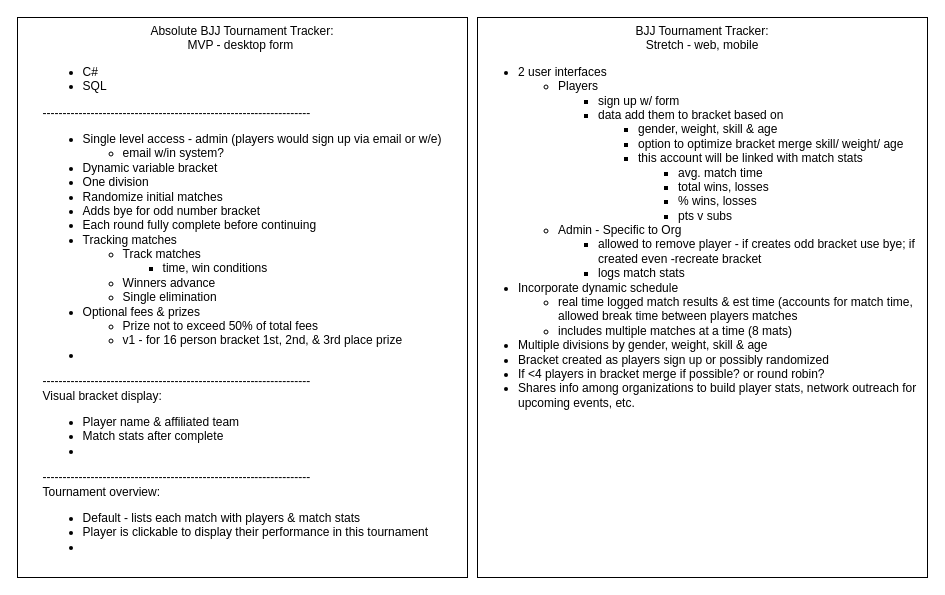
This is tournament-whiteboard.drawio from jessi-b/TournamentTracker.Solution, a draw.io file, before an edit. Source tidied: cells renumbered, new cells numbered last; positions are measured from the earlier drawing's top-left corner, leaving out a move shared by most shapes. Both pictures are drawn from the tidied source at 100%, with x=0, y=0 at pixel (17, 17).
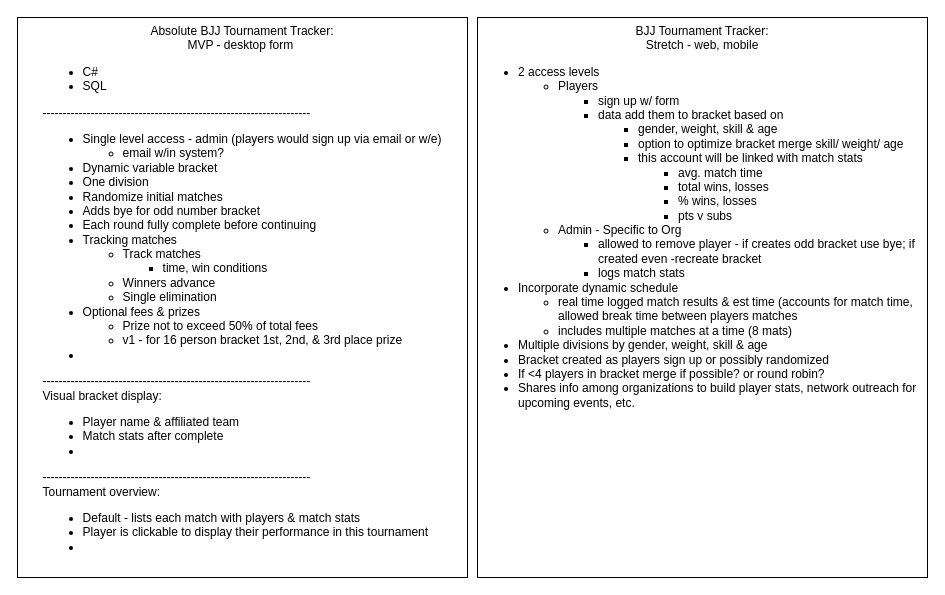
The same page after the edit.

Diff of the diagram source:
```diff
@@
 <mxGraphModel>
   <root>
     <mxCell id="0" />
     <mxCell id="1" parent="0" />
     <mxCell id="2" value="Absolute BJJ Tournament Tracker:&lt;br&gt;MVP - desktop form&amp;nbsp;&lt;br&gt;&lt;div style=&quot;text-align: left&quot;&gt;&lt;ul&gt;&lt;li&gt;C#&lt;/li&gt;&lt;li&gt;SQL&lt;/li&gt;&lt;/ul&gt;-------------------------------------------------------------------&lt;ul&gt;&lt;li&gt;&lt;span&gt;Single level access - admin (players would sign up via email or w/e)&lt;/span&gt;&lt;/li&gt;&lt;ul&gt;&lt;li&gt;&lt;span&gt;email w/in system?&lt;/span&gt;&lt;/li&gt;&lt;/ul&gt;&lt;li&gt;&lt;span&gt;Dynamic variable bracket&lt;/span&gt;&lt;/li&gt;&lt;li&gt;&lt;span&gt;One division&lt;/span&gt;&lt;br&gt;&lt;/li&gt;&lt;li&gt;&lt;span&gt;Randomize initial matches&lt;/span&gt;&lt;br&gt;&lt;/li&gt;&lt;li&gt;&lt;span&gt;Adds bye for odd number bracket&lt;/span&gt;&lt;/li&gt;&lt;li&gt;&lt;span&gt;Each round fully complete before continuing&lt;/span&gt;&lt;/li&gt;&lt;li&gt;Tracking matches&lt;/li&gt;&lt;ul&gt;&lt;li&gt;Track matches&amp;nbsp;&amp;nbsp;&lt;/li&gt;&lt;ul&gt;&lt;li&gt;time, win conditions&lt;/li&gt;&lt;/ul&gt;&lt;li&gt;Winners advance&lt;/li&gt;&lt;li&gt;Single elimination&lt;/li&gt;&lt;/ul&gt;&lt;li&gt;Optional fees &amp;amp; prizes&lt;/li&gt;&lt;ul&gt;&lt;li&gt;Prize not to exceed 50% of total fees&lt;/li&gt;&lt;li&gt;v1 - for 16 person bracket 1st, 2nd, &amp;amp; 3rd place prize&lt;/li&gt;&lt;/ul&gt;&lt;li&gt;&lt;br&gt;&lt;/li&gt;&lt;/ul&gt;&lt;div&gt;-------------------------------------------------------------------&lt;/div&gt;&lt;div&gt;Visual bracket display:&lt;/div&gt;&lt;div&gt;&lt;ul&gt;&lt;li&gt;Player name &amp;amp; affiliated team&lt;/li&gt;&lt;li&gt;Match stats after complete&lt;/li&gt;&lt;li&gt;&lt;br&gt;&lt;/li&gt;&lt;/ul&gt;&lt;/div&gt;&lt;div&gt;-------------------------------------------------------------------&lt;br&gt;&lt;/div&gt;&lt;div&gt;Tournament overview:&lt;/div&gt;&lt;div&gt;&lt;ul&gt;&lt;li&gt;Default - lists each match with players &amp;amp; match stats&lt;/li&gt;&lt;li&gt;Player is clickable to display their performance in this tournament&lt;/li&gt;&lt;li&gt;&lt;br&gt;&lt;/li&gt;&lt;/ul&gt;&lt;/div&gt;&lt;/div&gt;" style="rounded=0;whiteSpace=wrap;html=1;verticalAlign=top;" parent="1" vertex="1">
       <mxGeometry width="450" height="560" as="geometry" />
     </mxCell>
-    <mxCell id="3" value="BJJ Tournament Tracker:&lt;br&gt;Stretch - web, mobile&lt;br&gt;&lt;div style=&quot;text-align: left&quot;&gt;&lt;div&gt;&lt;ul&gt;&lt;li&gt;2 user interfaces&lt;/li&gt;&lt;ul&gt;&lt;li&gt;Players&lt;/li&gt;&lt;ul&gt;&lt;li&gt;sign up w/ form&lt;/li&gt;&lt;li&gt;data add them to bracket based on&amp;nbsp;&lt;/li&gt;&lt;ul&gt;&lt;li&gt;gender, weight, skill &amp;amp; age&lt;br&gt;&lt;/li&gt;&lt;li&gt;option to optimize bracket merge skill/ weight/ age&lt;/li&gt;&lt;li&gt;this account will be linked with match stats&lt;/li&gt;&lt;ul&gt;&lt;li&gt;avg. match time&lt;/li&gt;&lt;li&gt;total wins, losses&lt;/li&gt;&lt;li&gt;% wins, losses&lt;/li&gt;&lt;li&gt;pts v subs&lt;/li&gt;&lt;/ul&gt;&lt;/ul&gt;&lt;/ul&gt;&lt;li&gt;Admin - Specific to Org&lt;/li&gt;&lt;ul&gt;&lt;li&gt;allowed to remove player - if creates odd bracket use bye; if created even -recreate bracket&lt;/li&gt;&lt;li&gt;logs match stats&lt;/li&gt;&lt;/ul&gt;&lt;/ul&gt;&lt;li&gt;Incorporate dynamic schedule&amp;nbsp;&lt;/li&gt;&lt;ul&gt;&lt;li&gt;real time logged match results &amp;amp; est time (accounts for match time, allowed break time between players matches&lt;/li&gt;&lt;li&gt;includes multiple matches at a time (8 mats)&lt;/li&gt;&lt;/ul&gt;&lt;li&gt;Multiple divisions by gender, weight, skill &amp;amp; age&lt;/li&gt;&lt;li&gt;Bracket created as players sign up or possibly randomized&lt;/li&gt;&lt;li&gt;If &amp;lt;4 players in bracket merge if possible? or round robin?&lt;/li&gt;&lt;li&gt;Shares info among organizations to build player stats, network outreach for upcoming events, etc.&lt;/li&gt;&lt;/ul&gt;&lt;/div&gt;&lt;div&gt;&lt;br&gt;&lt;/div&gt;&lt;/div&gt;" style="rounded=0;whiteSpace=wrap;html=1;verticalAlign=top;" parent="1" vertex="1">
+    <mxCell id="3" value="BJJ Tournament Tracker:&lt;br&gt;Stretch - web, mobile&lt;br&gt;&lt;div style=&quot;text-align: left&quot;&gt;&lt;div&gt;&lt;ul&gt;&lt;li&gt;2 access levels&lt;/li&gt;&lt;ul&gt;&lt;li&gt;Players&lt;/li&gt;&lt;ul&gt;&lt;li&gt;sign up w/ form&lt;/li&gt;&lt;li&gt;data add them to bracket based on&amp;nbsp;&lt;/li&gt;&lt;ul&gt;&lt;li&gt;gender, weight, skill &amp;amp; age&lt;br&gt;&lt;/li&gt;&lt;li&gt;option to optimize bracket merge skill/ weight/ age&lt;/li&gt;&lt;li&gt;this account will be linked with match stats&lt;/li&gt;&lt;ul&gt;&lt;li&gt;avg. match time&lt;/li&gt;&lt;li&gt;total wins, losses&lt;/li&gt;&lt;li&gt;% wins, losses&lt;/li&gt;&lt;li&gt;pts v subs&lt;/li&gt;&lt;/ul&gt;&lt;/ul&gt;&lt;/ul&gt;&lt;li&gt;Admin - Specific to Org&lt;/li&gt;&lt;ul&gt;&lt;li&gt;allowed to remove player - if creates odd bracket use bye; if created even -recreate bracket&lt;/li&gt;&lt;li&gt;logs match stats&lt;/li&gt;&lt;/ul&gt;&lt;/ul&gt;&lt;li&gt;Incorporate dynamic schedule&amp;nbsp;&lt;/li&gt;&lt;ul&gt;&lt;li&gt;real time logged match results &amp;amp; est time (accounts for match time, allowed break time between players matches&lt;/li&gt;&lt;li&gt;includes multiple matches at a time (8 mats)&lt;/li&gt;&lt;/ul&gt;&lt;li&gt;Multiple divisions by gender, weight, skill &amp;amp; age&lt;/li&gt;&lt;li&gt;Bracket created as players sign up or possibly randomized&lt;/li&gt;&lt;li&gt;If &amp;lt;4 players in bracket merge if possible? or round robin?&lt;/li&gt;&lt;li&gt;Shares info among organizations to build player stats, network outreach for upcoming events, etc.&lt;/li&gt;&lt;/ul&gt;&lt;/div&gt;&lt;div&gt;&lt;br&gt;&lt;/div&gt;&lt;/div&gt;" style="rounded=0;whiteSpace=wrap;html=1;verticalAlign=top;" parent="1" vertex="1">
       <mxGeometry x="460" width="450" height="560" as="geometry" />
     </mxCell>
   </root>
 </mxGraphModel>
```
